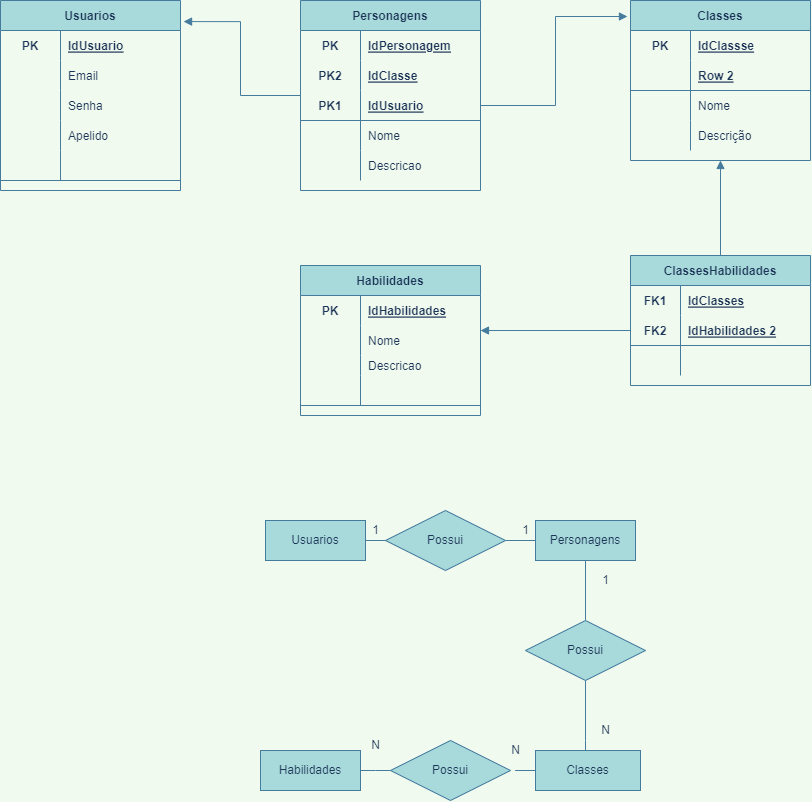
Before: ModelagemDbJogoRpg.drawio.png, a diagram exported from draw.io (AfranioD/ModelagemBdJogoRpg). Source tidied: cells renumbered, new cells last; positions are measured from the earlier drawing's top-left corner, leaving out a move shared by most shapes.
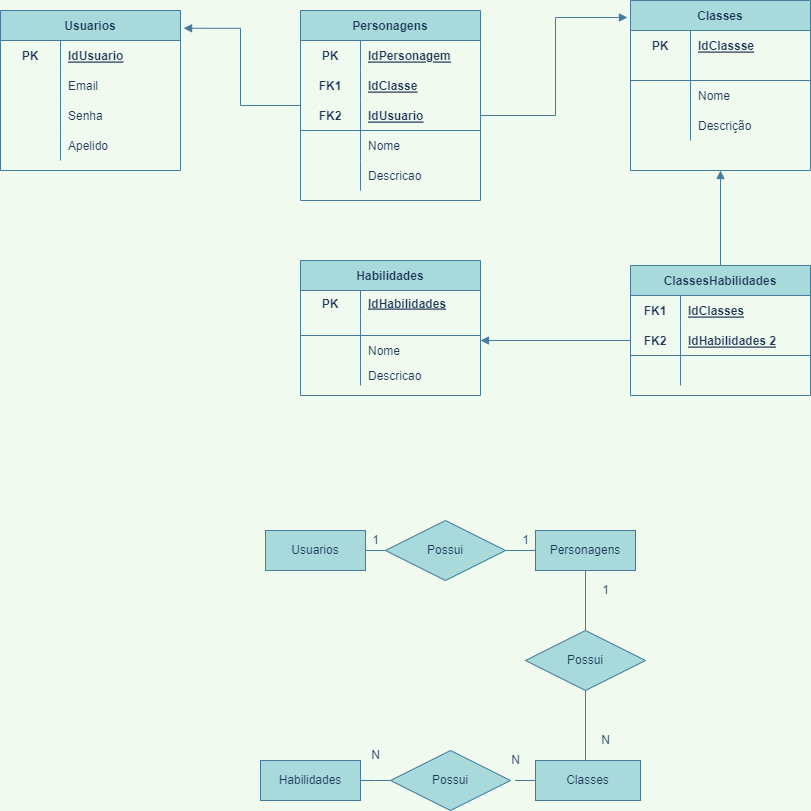
The same diagram one commit later.

What changed in the source:
```diff
@@ -3,7 +3,7 @@
     <mxCell id="0" />
     <mxCell id="1" parent="0" />
     <mxCell id="2" value="Usuarios" style="shape=table;startSize=30;rowLines=0;fontStyle=1;align=center;fillColor=#A8DADC;strokeColor=#457B9D;fontColor=#1D3557;" parent="1" vertex="1">
-      <mxGeometry width="180" height="190" as="geometry" />
+      <mxGeometry width="180" height="160" as="geometry" />
     </mxCell>
     <mxCell id="3" style="shape=tableRow;horizontal=0;startSize=0;swimlaneHead=0;swimlaneBody=0;fillColor=none;top=0;left=0;right=0;bottom=0;strokeColor=#457B9D;fontColor=#1D3557;" parent="2" vertex="1">
       <mxGeometry y="30" width="180" height="30" as="geometry" />
@@ -41,15 +41,6 @@
     <mxCell id="14" value="Apelido" style="shape=partialRectangle;fillColor=none;top=0;left=0;bottom=0;right=0;align=left;spacingLeft=6;overflow=hidden;strokeColor=#457B9D;fontColor=#1D3557;" parent="12" vertex="1">
       <mxGeometry x="60" width="120" height="30" as="geometry" />
     </mxCell>
-    <mxCell id="15" style="shape=tableRow;horizontal=0;startSize=0;swimlaneHead=0;swimlaneBody=0;fillColor=none;top=0;left=0;right=0;bottom=1;strokeColor=#457B9D;fontColor=#1D3557;" parent="2" vertex="1">
-      <mxGeometry y="150" width="180" height="30" as="geometry" />
-    </mxCell>
-    <mxCell id="16" style="shape=partialRectangle;fillColor=none;top=0;left=0;bottom=0;right=0;fontStyle=1;overflow=hidden;strokeColor=#457B9D;fontColor=#1D3557;" parent="15" vertex="1">
-      <mxGeometry width="60" height="30" as="geometry" />
-    </mxCell>
-    <mxCell id="17" style="shape=partialRectangle;fillColor=none;top=0;left=0;bottom=0;right=0;align=left;spacingLeft=6;fontStyle=5;overflow=hidden;strokeColor=#457B9D;fontColor=#1D3557;" parent="15" vertex="1">
-      <mxGeometry x="60" width="120" height="30" as="geometry" />
-    </mxCell>
     <mxCell id="18" style="edgeStyle=orthogonalEdgeStyle;rounded=0;jettySize=auto;html=1;entryX=1.017;entryY=0.111;entryDx=0;entryDy=0;entryPerimeter=0;endArrow=block;endFill=1;labelBackgroundColor=#F1FAEE;strokeColor=#457B9D;fontColor=#1D3557;" parent="1" edge="1" source="19" target="2">
       <mxGeometry relative="1" as="geometry" />
     </mxCell>
@@ -68,7 +59,7 @@
     <mxCell id="23" style="shape=tableRow;horizontal=0;startSize=0;swimlaneHead=0;swimlaneBody=0;fillColor=none;top=0;left=0;right=0;bottom=0;strokeColor=#457B9D;fontColor=#1D3557;" parent="19" vertex="1">
       <mxGeometry y="60" width="180" height="30" as="geometry" />
     </mxCell>
-    <mxCell id="24" value="PK2" style="shape=partialRectangle;fillColor=none;top=0;left=0;bottom=0;right=0;fontStyle=1;overflow=hidden;strokeColor=#457B9D;fontColor=#1D3557;" parent="23" vertex="1">
+    <mxCell id="24" value="FK1" style="shape=partialRectangle;fillColor=none;top=0;left=0;bottom=0;right=0;fontStyle=1;overflow=hidden;strokeColor=#457B9D;fontColor=#1D3557;" parent="23" vertex="1">
       <mxGeometry width="60" height="30" as="geometry" />
     </mxCell>
     <mxCell id="25" value="IdClasse" style="shape=partialRectangle;fillColor=none;top=0;left=0;bottom=0;right=0;align=left;spacingLeft=6;fontStyle=5;overflow=hidden;strokeColor=#457B9D;fontColor=#1D3557;" parent="23" vertex="1">
@@ -77,7 +68,7 @@
     <mxCell id="26" style="shape=tableRow;horizontal=0;startSize=0;swimlaneHead=0;swimlaneBody=0;fillColor=none;points=[[0,0.5],[1,0.5]];portConstraint=eastwest;top=0;left=0;right=0;bottom=1;strokeColor=#457B9D;fontColor=#1D3557;" parent="19" vertex="1">
       <mxGeometry y="90" width="180" height="30" as="geometry" />
     </mxCell>
-    <mxCell id="27" value="PK1" style="shape=partialRectangle;fillColor=none;top=0;left=0;bottom=0;right=0;fontStyle=1;overflow=hidden;strokeColor=#457B9D;fontColor=#1D3557;" parent="26" vertex="1">
+    <mxCell id="27" value="FK2" style="shape=partialRectangle;fillColor=none;top=0;left=0;bottom=0;right=0;fontStyle=1;overflow=hidden;strokeColor=#457B9D;fontColor=#1D3557;" parent="26" vertex="1">
       <mxGeometry width="60" height="30" as="geometry" />
     </mxCell>
     <mxCell id="28" value="IdUsuario" style="shape=partialRectangle;fillColor=none;top=0;left=0;bottom=0;right=0;align=left;spacingLeft=6;fontStyle=5;overflow=hidden;strokeColor=#457B9D;fontColor=#1D3557;" parent="26" vertex="1">
@@ -102,7 +93,7 @@
       <mxGeometry x="60" width="120" height="30" as="geometry" />
     </mxCell>
     <mxCell id="35" value="Classes" style="shape=table;startSize=30;rowLines=0;fontStyle=1;align=center;fillColor=#A8DADC;strokeColor=#457B9D;fontColor=#1D3557;" parent="1" vertex="1">
-      <mxGeometry x="630" width="180" height="160" as="geometry" />
+      <mxGeometry x="630" y="-10" width="180" height="170" as="geometry" />
     </mxCell>
     <mxCell id="36" style="shape=tableRow;horizontal=0;startSize=0;swimlaneHead=0;swimlaneBody=0;fillColor=none;top=0;left=0;right=0;bottom=0;strokeColor=#457B9D;fontColor=#1D3557;" parent="35" vertex="1">
       <mxGeometry y="30" width="180" height="30" as="geometry" />
@@ -114,16 +105,16 @@
       <mxGeometry x="60" width="120" height="30" as="geometry" />
     </mxCell>
     <mxCell id="39" style="shape=tableRow;horizontal=0;startSize=0;swimlaneHead=0;swimlaneBody=0;fillColor=none;top=0;left=0;right=0;bottom=1;strokeColor=#457B9D;fontColor=#1D3557;" parent="35" vertex="1">
-      <mxGeometry y="60" width="180" height="30" as="geometry" />
+      <mxGeometry y="60" width="180" height="20" as="geometry" />
     </mxCell>
     <mxCell id="40" style="shape=partialRectangle;fillColor=none;top=0;left=0;bottom=0;right=0;fontStyle=1;overflow=hidden;strokeColor=#457B9D;fontColor=#1D3557;" parent="39" vertex="1">
-      <mxGeometry width="60" height="30" as="geometry" />
+      <mxGeometry width="60" height="20" as="geometry" />
     </mxCell>
-    <mxCell id="41" value="Row 2" style="shape=partialRectangle;fillColor=none;top=0;left=0;bottom=0;right=0;align=left;spacingLeft=6;fontStyle=5;overflow=hidden;strokeColor=#457B9D;fontColor=#1D3557;" parent="39" vertex="1">
-      <mxGeometry x="60" width="120" height="30" as="geometry" />
+    <mxCell id="41" style="shape=partialRectangle;fillColor=none;top=0;left=0;bottom=0;right=0;align=left;spacingLeft=6;fontStyle=5;overflow=hidden;strokeColor=#457B9D;fontColor=#1D3557;" parent="39" vertex="1">
+      <mxGeometry x="60" width="120" height="20" as="geometry" />
     </mxCell>
     <mxCell id="42" style="shape=tableRow;horizontal=0;startSize=0;swimlaneHead=0;swimlaneBody=0;fillColor=none;top=0;left=0;right=0;bottom=0;strokeColor=#457B9D;fontColor=#1D3557;" parent="35" vertex="1">
-      <mxGeometry y="90" width="180" height="30" as="geometry" />
+      <mxGeometry y="80" width="180" height="30" as="geometry" />
     </mxCell>
     <mxCell id="43" style="shape=partialRectangle;fillColor=none;top=0;left=0;bottom=0;right=0;overflow=hidden;strokeColor=#457B9D;fontColor=#1D3557;" parent="42" vertex="1">
       <mxGeometry width="60" height="30" as="geometry" />
@@ -132,7 +123,7 @@
       <mxGeometry x="60" width="120" height="30" as="geometry" />
     </mxCell>
     <mxCell id="45" style="shape=tableRow;horizontal=0;startSize=0;swimlaneHead=0;swimlaneBody=0;fillColor=none;top=0;left=0;right=0;bottom=0;strokeColor=#457B9D;fontColor=#1D3557;" parent="35" vertex="1">
-      <mxGeometry y="120" width="180" height="30" as="geometry" />
+      <mxGeometry y="110" width="180" height="30" as="geometry" />
     </mxCell>
     <mxCell id="46" style="shape=partialRectangle;fillColor=none;top=0;left=0;bottom=0;right=0;overflow=hidden;strokeColor=#457B9D;fontColor=#1D3557;" parent="45" vertex="1">
       <mxGeometry width="60" height="30" as="geometry" />
@@ -141,19 +132,28 @@
       <mxGeometry x="60" width="120" height="30" as="geometry" />
     </mxCell>
     <mxCell id="48" value="Habilidades" style="shape=table;startSize=30;rowLines=0;fontStyle=1;align=center;fillColor=#A8DADC;strokeColor=#457B9D;fontColor=#1D3557;" parent="1" vertex="1">
-      <mxGeometry x="300" y="265" width="180" height="150" as="geometry" />
+      <mxGeometry x="300" y="250" width="180" height="135" as="geometry" />
     </mxCell>
     <mxCell id="49" style="shape=tableRow;horizontal=0;startSize=0;swimlaneHead=0;swimlaneBody=0;fillColor=none;top=0;left=0;right=0;bottom=0;strokeColor=#457B9D;fontColor=#1D3557;" parent="48" vertex="1">
-      <mxGeometry y="30" width="180" height="30" as="geometry" />
+      <mxGeometry y="30" width="180" height="25" as="geometry" />
     </mxCell>
     <mxCell id="50" value="PK" style="shape=partialRectangle;fillColor=none;top=0;left=0;bottom=0;right=0;fontStyle=1;overflow=hidden;strokeColor=#457B9D;fontColor=#1D3557;" parent="49" vertex="1">
-      <mxGeometry width="60" height="30" as="geometry" />
+      <mxGeometry width="60" height="25" as="geometry" />
     </mxCell>
     <mxCell id="51" value="IdHabilidades" style="shape=partialRectangle;fillColor=none;top=0;left=0;bottom=0;right=0;align=left;spacingLeft=6;fontStyle=5;overflow=hidden;strokeColor=#457B9D;fontColor=#1D3557;" parent="49" vertex="1">
-      <mxGeometry x="60" width="120" height="30" as="geometry" />
+      <mxGeometry x="60" width="120" height="25" as="geometry" />
     </mxCell>
+    <mxCell id="58" style="shape=tableRow;horizontal=0;startSize=0;swimlaneHead=0;swimlaneBody=0;fillColor=none;top=0;left=0;right=0;bottom=1;strokeColor=#457B9D;fontColor=#1D3557;" parent="48" vertex="1">
+      <mxGeometry y="55" width="180" height="20" as="geometry" />
+    </mxCell>
+    <mxCell id="59" style="shape=partialRectangle;fillColor=none;top=0;left=0;bottom=0;right=0;fontStyle=1;overflow=hidden;strokeColor=#457B9D;fontColor=#1D3557;" parent="58" vertex="1">
+      <mxGeometry width="60" height="20" as="geometry" />
+    </mxCell>
+    <mxCell id="60" style="shape=partialRectangle;fillColor=none;top=0;left=0;bottom=0;right=0;align=left;spacingLeft=6;fontStyle=5;overflow=hidden;strokeColor=#457B9D;fontColor=#1D3557;" parent="58" vertex="1">
+      <mxGeometry x="60" width="120" height="20" as="geometry" />
+    </mxCell>
     <mxCell id="52" style="shape=tableRow;horizontal=0;startSize=0;swimlaneHead=0;swimlaneBody=0;fillColor=none;points=[[0,0.5],[1,0.5]];portConstraint=eastwest;top=0;left=0;right=0;bottom=0;strokeColor=#457B9D;fontColor=#1D3557;" parent="48" vertex="1">
-      <mxGeometry y="60" width="180" height="30" as="geometry" />
+      <mxGeometry y="75" width="180" height="30" as="geometry" />
     </mxCell>
     <mxCell id="53" style="shape=partialRectangle;fillColor=none;top=0;left=0;bottom=0;right=0;overflow=hidden;strokeColor=#457B9D;fontColor=#1D3557;" parent="52" vertex="1">
       <mxGeometry width="60" height="30" as="geometry" />
@@ -162,7 +162,7 @@
       <mxGeometry x="60" width="120" height="30" as="geometry" />
     </mxCell>
     <mxCell id="55" style="shape=tableRow;horizontal=0;startSize=0;swimlaneHead=0;swimlaneBody=0;fillColor=none;top=0;left=0;right=0;bottom=0;strokeColor=#457B9D;fontColor=#1D3557;" parent="48" vertex="1">
-      <mxGeometry y="90" width="180" height="20" as="geometry" />
+      <mxGeometry y="105" width="180" height="20" as="geometry" />
     </mxCell>
     <mxCell id="56" style="shape=partialRectangle;fillColor=none;top=0;left=0;bottom=0;right=0;overflow=hidden;strokeColor=#457B9D;fontColor=#1D3557;" parent="55" vertex="1">
       <mxGeometry width="60" height="20" as="geometry" />
@@ -170,15 +170,6 @@
     <mxCell id="57" value="Descricao" style="shape=partialRectangle;fillColor=none;top=0;left=0;bottom=0;right=0;align=left;spacingLeft=6;overflow=hidden;strokeColor=#457B9D;fontColor=#1D3557;" parent="55" vertex="1">
       <mxGeometry x="60" width="120" height="20" as="geometry" />
     </mxCell>
-    <mxCell id="58" style="shape=tableRow;horizontal=0;startSize=0;swimlaneHead=0;swimlaneBody=0;fillColor=none;top=0;left=0;right=0;bottom=1;strokeColor=#457B9D;fontColor=#1D3557;" parent="48" vertex="1">
-      <mxGeometry y="110" width="180" height="30" as="geometry" />
-    </mxCell>
-    <mxCell id="59" style="shape=partialRectangle;fillColor=none;top=0;left=0;bottom=0;right=0;fontStyle=1;overflow=hidden;strokeColor=#457B9D;fontColor=#1D3557;" parent="58" vertex="1">
-      <mxGeometry width="60" height="30" as="geometry" />
-    </mxCell>
-    <mxCell id="60" style="shape=partialRectangle;fillColor=none;top=0;left=0;bottom=0;right=0;align=left;spacingLeft=6;fontStyle=5;overflow=hidden;strokeColor=#457B9D;fontColor=#1D3557;" parent="58" vertex="1">
-      <mxGeometry x="60" width="120" height="30" as="geometry" />
-    </mxCell>
     <mxCell id="61" style="edgeStyle=orthogonalEdgeStyle;rounded=0;jettySize=auto;html=1;endArrow=none;endFill=0;labelBackgroundColor=#F1FAEE;strokeColor=#457B9D;fontColor=#1D3557;" parent="1" edge="1" source="62">
       <mxGeometry relative="1" as="geometry">
         <mxPoint x="515" y="770" as="targetPoint" />
```
